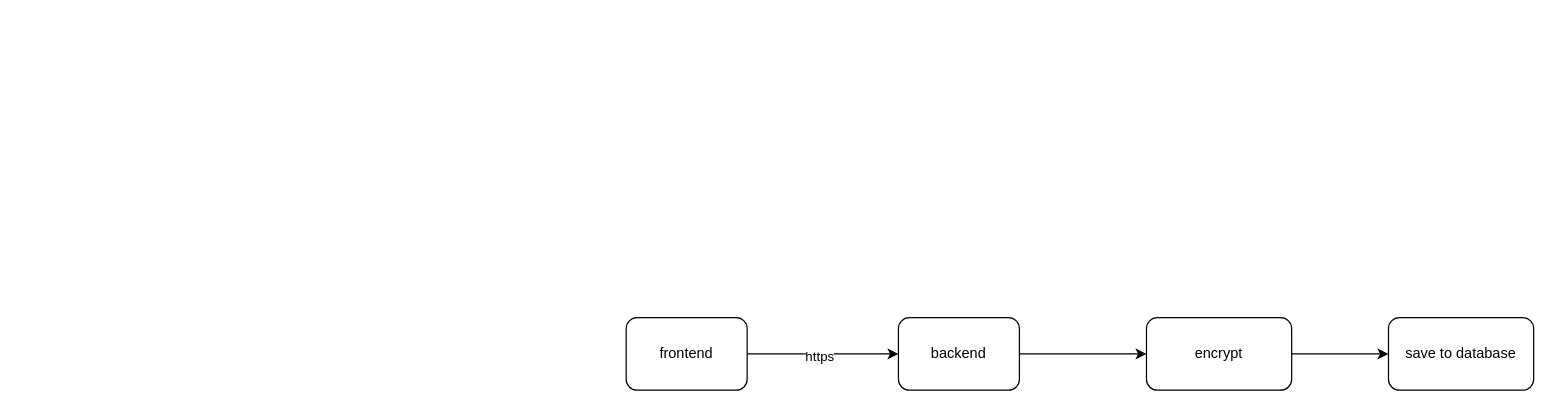
The draw.io diagram Untitled Diagram.drawio in lianhengtech/product, before the edit. Source tidied: cells renumbered, new cells numbered last; positions are measured from the earlier drawing's top-left corner, leaving out a move shared by most shapes. Both pictures are drawn from the tidied source at 121%, with x=0, y=0 at pixel (626, 317).
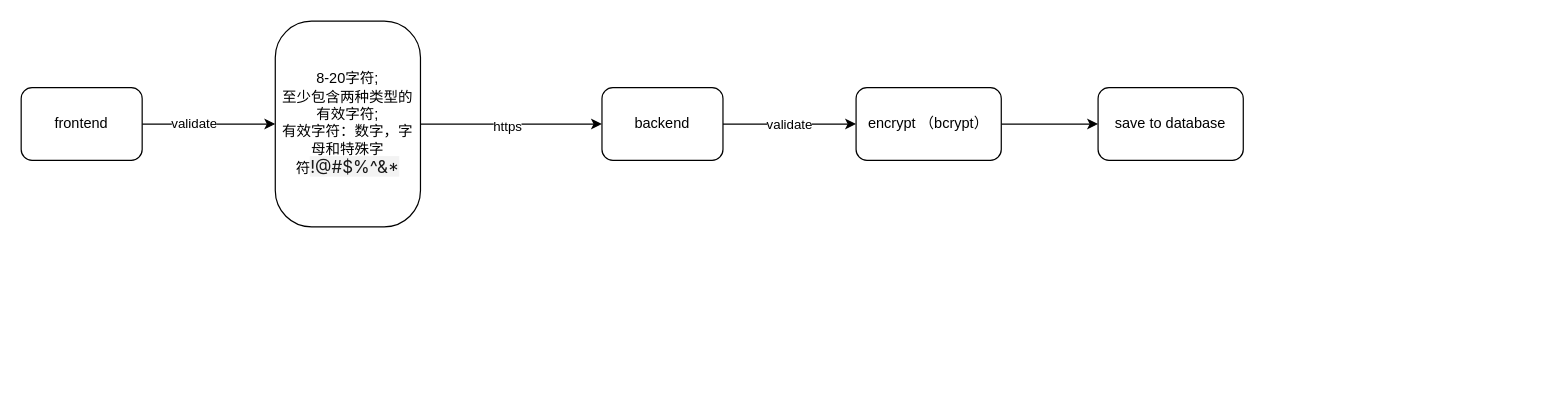
The same diagram, later.

Change to the diagram source:
```diff
@@
 <mxGraphModel>
   <root>
     <mxCell id="0" />
     <mxCell id="1" parent="0" />
-    <mxCell id="2" style="edgeStyle=orthogonalEdgeStyle;rounded=0;jettySize=auto;html=1;" parent="1" edge="1" source="4" target="6">
-      <mxGeometry relative="1" as="geometry" />
-    </mxCell>
-    <mxCell id="3" value="https" style="edgeLabel;html=1;align=center;verticalAlign=middle;" parent="2" vertex="1">
-      <mxGeometry x="-0.06" y="-1" relative="1" as="geometry" />
-    </mxCell>
+    <mxCell id="10" style="edgeStyle=orthogonalEdgeStyle;rounded=0;jettySize=auto;html=1;" parent="1" edge="1" source="4" target="14">
+      <mxGeometry relative="1" as="geometry" />
+    </mxCell>
+    <mxCell id="11" value="validate" style="edgeLabel;html=1;align=center;verticalAlign=middle;" parent="10" vertex="1">
+      <mxGeometry x="-0.24" y="1" relative="1" as="geometry" />
+    </mxCell>
     <mxCell id="4" value="frontend" style="rounded=1;whiteSpace=wrap;html=1;" parent="1" vertex="1">
-      <mxGeometry width="100" height="60" as="geometry" />
+      <mxGeometry x="-500" y="-190" width="100" height="60" as="geometry" />
     </mxCell>
     <mxCell id="5" style="edgeStyle=orthogonalEdgeStyle;rounded=0;jettySize=auto;html=1;" parent="1" edge="1" source="6" target="8">
       <mxGeometry relative="1" as="geometry" />
     </mxCell>
+    <mxCell id="12" value="validate" style="edgeLabel;html=1;align=center;verticalAlign=middle;" parent="5" vertex="1">
+      <mxGeometry x="-0.02" relative="1" as="geometry" />
+    </mxCell>
     <mxCell id="6" value="backend" style="rounded=1;whiteSpace=wrap;html=1;" parent="1" vertex="1">
-      <mxGeometry x="225" width="100" height="60" as="geometry" />
+      <mxGeometry x="-20" y="-190" width="100" height="60" as="geometry" />
     </mxCell>
     <mxCell id="7" style="edgeStyle=orthogonalEdgeStyle;rounded=0;jettySize=auto;html=1;" parent="1" edge="1" source="8" target="9">
       <mxGeometry relative="1" as="geometry" />
     </mxCell>
-    <mxCell id="8" value="encrypt" style="whiteSpace=wrap;html=1;rounded=1;" parent="1" vertex="1">
-      <mxGeometry x="430" width="120" height="60" as="geometry" />
+    <mxCell id="8" value="encrypt （bcrypt）" style="whiteSpace=wrap;html=1;rounded=1;" parent="1" vertex="1">
+      <mxGeometry x="190" y="-190" width="120" height="60" as="geometry" />
     </mxCell>
     <mxCell id="9" value="save to database" style="whiteSpace=wrap;html=1;rounded=1;" parent="1" vertex="1">
-      <mxGeometry x="630" width="120" height="60" as="geometry" />
+      <mxGeometry x="390" y="-190" width="120" height="60" as="geometry" />
     </mxCell>
+    <mxCell id="13" style="edgeStyle=orthogonalEdgeStyle;rounded=0;jettySize=auto;html=1;exitX=1;exitY=0.5;exitDx=0;exitDy=0;entryX=0;entryY=0.5;entryDx=0;entryDy=0;" parent="1" edge="1" source="14" target="6">
+      <mxGeometry relative="1" as="geometry" />
+    </mxCell>
+    <mxCell id="3" value="https" style="edgeLabel;html=1;align=center;verticalAlign=middle;" parent="13" vertex="1">
+      <mxGeometry x="-0.05" y="-1" relative="1" as="geometry" />
+    </mxCell>
+    <mxCell id="14" value="8-20字符;&lt;div&gt;至少包含两种类型的有效字符;&lt;br&gt;&lt;div&gt;有效字符：数字，字母和特殊字符&lt;span style=&quot;background-color: rgb(243, 243, 243); color: rgba(0, 0, 0, 0.9); font-family: &amp;quot;PingFang SC&amp;quot;, -apple-system, BlinkMacSystemFont, &amp;quot;Segoe UI&amp;quot;, Roboto, Ubuntu, &amp;quot;Helvetica Neue&amp;quot;, Helvetica, Arial, &amp;quot;Hiragino Sans GB&amp;quot;, &amp;quot;Microsoft YaHei UI&amp;quot;, &amp;quot;Microsoft YaHei&amp;quot;, &amp;quot;Source Han Sans CN&amp;quot;, sans-serif; font-size: 14px; text-align: left;&quot;&gt;!@#$%^&amp;amp;*&lt;/span&gt;&lt;/div&gt;&lt;/div&gt;" style="whiteSpace=wrap;html=1;rounded=1;arcSize=25;" parent="1" vertex="1">
+      <mxGeometry x="-290" y="-245" width="120" height="170" as="geometry" />
+    </mxCell>
   </root>
 </mxGraphModel>
```
